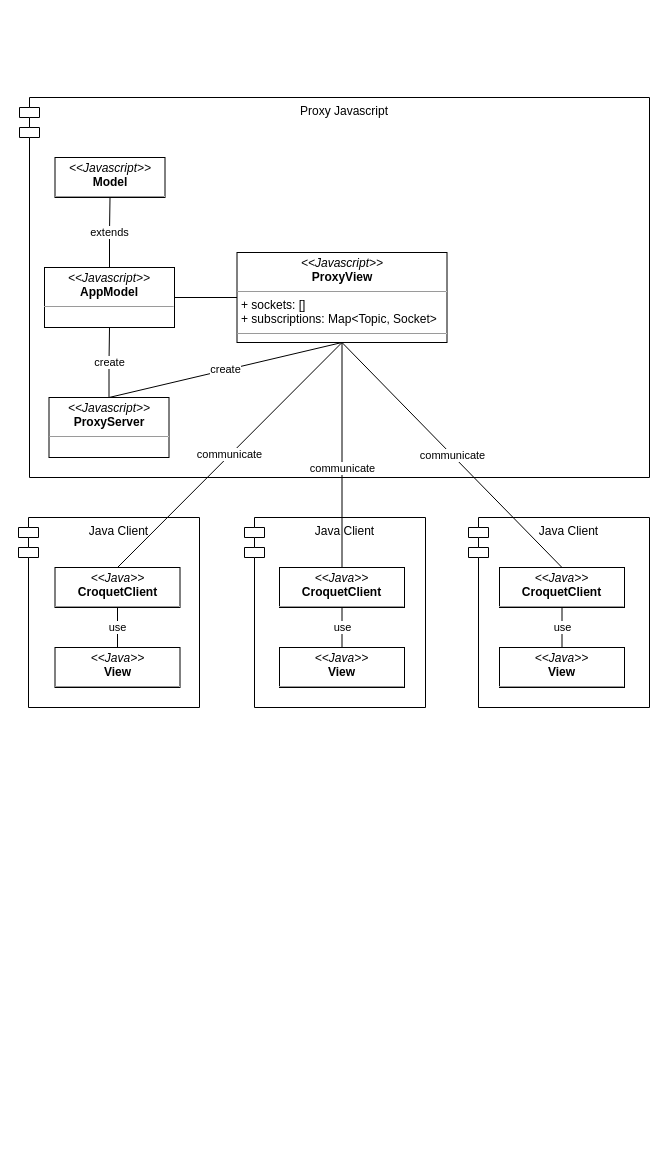
Earlier version of the draw.io diagram page "Proxy" (3 of 3) of croquet.drawio (alemazzo/croquet-adapter). Source tidied: cells renumbered, new cells numbered last; positions are measured from the earlier drawing's top-left corner, leaving out a move shared by most shapes. Both pictures are drawn from the tidied source at 100%, with x=0, y=0 at pixel (18, 97).
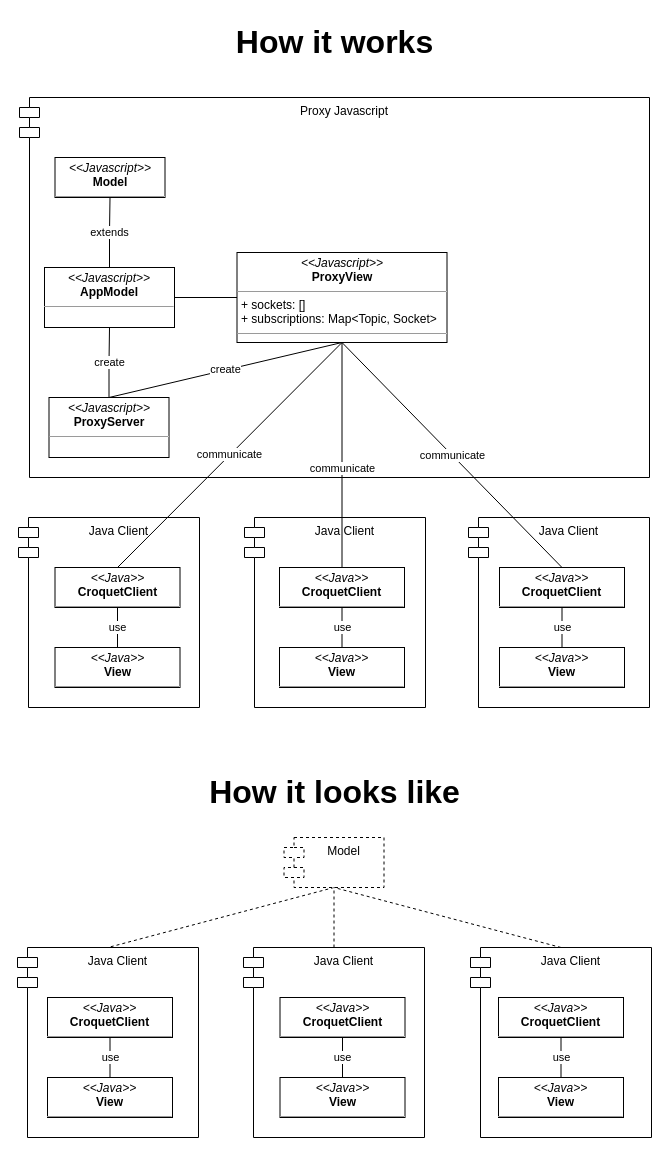
The same page after the edit.

Change to the diagram source:
```diff
@@
+    <mxCell id="27" value="Java Client" style="shape=module;align=left;spacingLeft=20;align=center;verticalAlign=top;" parent="1" vertex="1">
+      <mxGeometry x="-1" y="850" width="181" height="190" as="geometry" />
+    </mxCell>
+    <mxCell id="28" value="&lt;p style=&quot;margin:0px;margin-top:4px;text-align:center;&quot;&gt;&lt;i&gt;&amp;lt;&amp;lt;Java&amp;gt;&amp;gt;&lt;/i&gt;&lt;br&gt;&lt;b&gt;CroquetClient&lt;/b&gt;&lt;/p&gt;&lt;hr size=&quot;1&quot;&gt;&lt;p style=&quot;margin:0px;margin-left:4px;&quot;&gt;&lt;br&gt;&lt;/p&gt;&lt;hr size=&quot;1&quot;&gt;&lt;p style=&quot;margin:0px;margin-left:4px;&quot;&gt;&lt;br&gt;&lt;/p&gt;" style="verticalAlign=top;align=left;overflow=fill;fontSize=12;fontFamily=Helvetica;html=1;" parent="1" vertex="1">
+      <mxGeometry x="29" y="900" width="125" height="40" as="geometry" />
+    </mxCell>
+    <mxCell id="29" value="use" style="edgeStyle=none;rounded=0;jettySize=auto;html=1;exitX=0.5;exitY=0;exitDx=0;exitDy=0;entryX=0.5;entryY=1;entryDx=0;entryDy=0;startArrow=none;startFill=0;endArrow=none;endFill=0;startSize=15;endSize=13;" parent="1" edge="1" source="30" target="28">
+      <mxGeometry relative="1" as="geometry" />
+    </mxCell>
+    <mxCell id="30" value="&lt;p style=&quot;margin:0px;margin-top:4px;text-align:center;&quot;&gt;&lt;i&gt;&amp;lt;&amp;lt;Java&amp;gt;&amp;gt;&lt;/i&gt;&lt;br&gt;&lt;b&gt;View&lt;/b&gt;&lt;/p&gt;&lt;hr size=&quot;1&quot;&gt;&lt;p style=&quot;margin:0px;margin-left:4px;&quot;&gt;&lt;br&gt;&lt;/p&gt;&lt;hr size=&quot;1&quot;&gt;&lt;p style=&quot;margin:0px;margin-left:4px;&quot;&gt;&lt;br&gt;&lt;/p&gt;" style="verticalAlign=top;align=left;overflow=fill;fontSize=12;fontFamily=Helvetica;html=1;" parent="1" vertex="1">
+      <mxGeometry x="29" y="980" width="125" height="40" as="geometry" />
+    </mxCell>
+    <mxCell id="31" style="edgeStyle=none;rounded=0;jettySize=auto;html=1;exitX=0.5;exitY=1;exitDx=0;exitDy=0;entryX=0.5;entryY=0;entryDx=0;entryDy=0;dashed=1;startArrow=none;startFill=0;endArrow=none;endFill=0;startSize=15;endSize=13;" parent="1" edge="1" source="32" target="27">
+      <mxGeometry relative="1" as="geometry" />
+    </mxCell>
+    <mxCell id="32" value="Model" style="shape=module;align=left;spacingLeft=20;align=center;verticalAlign=top;dashed=1;" parent="1" vertex="1">
+      <mxGeometry x="265.5" y="740" width="100" height="50" as="geometry" />
+    </mxCell>
+    <mxCell id="33" style="edgeStyle=none;rounded=0;jettySize=auto;html=1;exitX=0.5;exitY=0;exitDx=0;exitDy=0;entryX=0.5;entryY=1;entryDx=0;entryDy=0;dashed=1;startArrow=none;startFill=0;endArrow=none;endFill=0;startSize=15;endSize=13;" parent="1" edge="1" source="34" target="32">
+      <mxGeometry relative="1" as="geometry" />
+    </mxCell>
+    <mxCell id="34" value="Java Client" style="shape=module;align=left;spacingLeft=20;align=center;verticalAlign=top;" parent="1" vertex="1">
+      <mxGeometry x="225" y="850" width="181" height="190" as="geometry" />
+    </mxCell>
+    <mxCell id="35" value="&lt;p style=&quot;margin:0px;margin-top:4px;text-align:center;&quot;&gt;&lt;i&gt;&amp;lt;&amp;lt;Java&amp;gt;&amp;gt;&lt;/i&gt;&lt;br&gt;&lt;b&gt;CroquetClient&lt;/b&gt;&lt;/p&gt;&lt;hr size=&quot;1&quot;&gt;&lt;p style=&quot;margin:0px;margin-left:4px;&quot;&gt;&lt;br&gt;&lt;/p&gt;&lt;hr size=&quot;1&quot;&gt;&lt;p style=&quot;margin:0px;margin-left:4px;&quot;&gt;&lt;br&gt;&lt;/p&gt;" style="verticalAlign=top;align=left;overflow=fill;fontSize=12;fontFamily=Helvetica;html=1;" parent="1" vertex="1">
+      <mxGeometry x="261.5" y="900" width="125" height="40" as="geometry" />
+    </mxCell>
+    <mxCell id="36" value="use" style="edgeStyle=none;rounded=0;jettySize=auto;html=1;exitX=0.5;exitY=0;exitDx=0;exitDy=0;entryX=0.5;entryY=1;entryDx=0;entryDy=0;startArrow=none;startFill=0;endArrow=none;endFill=0;startSize=15;endSize=13;" parent="1" edge="1" source="37" target="35">
+      <mxGeometry relative="1" as="geometry" />
+    </mxCell>
+    <mxCell id="37" value="&lt;p style=&quot;margin:0px;margin-top:4px;text-align:center;&quot;&gt;&lt;i&gt;&amp;lt;&amp;lt;Java&amp;gt;&amp;gt;&lt;/i&gt;&lt;br&gt;&lt;b&gt;View&lt;/b&gt;&lt;/p&gt;&lt;hr size=&quot;1&quot;&gt;&lt;p style=&quot;margin:0px;margin-left:4px;&quot;&gt;&lt;br&gt;&lt;/p&gt;&lt;hr size=&quot;1&quot;&gt;&lt;p style=&quot;margin:0px;margin-left:4px;&quot;&gt;&lt;br&gt;&lt;/p&gt;" style="verticalAlign=top;align=left;overflow=fill;fontSize=12;fontFamily=Helvetica;html=1;" parent="1" vertex="1">
+      <mxGeometry x="261.5" y="980" width="125" height="40" as="geometry" />
+    </mxCell>
+    <mxCell id="38" style="edgeStyle=none;rounded=0;jettySize=auto;html=1;exitX=0.5;exitY=0;exitDx=0;exitDy=0;entryX=0.5;entryY=1;entryDx=0;entryDy=0;dashed=1;startArrow=none;startFill=0;endArrow=none;endFill=0;startSize=15;endSize=13;" parent="1" edge="1" source="39" target="32">
+      <mxGeometry relative="1" as="geometry" />
+    </mxCell>
+    <mxCell id="39" value="Java Client" style="shape=module;align=left;spacingLeft=20;align=center;verticalAlign=top;" parent="1" vertex="1">
+      <mxGeometry x="452" y="850" width="181" height="190" as="geometry" />
+    </mxCell>
+    <mxCell id="40" value="&lt;p style=&quot;margin:0px;margin-top:4px;text-align:center;&quot;&gt;&lt;i&gt;&amp;lt;&amp;lt;Java&amp;gt;&amp;gt;&lt;/i&gt;&lt;br&gt;&lt;b&gt;CroquetClient&lt;/b&gt;&lt;/p&gt;&lt;hr size=&quot;1&quot;&gt;&lt;p style=&quot;margin:0px;margin-left:4px;&quot;&gt;&lt;br&gt;&lt;/p&gt;&lt;hr size=&quot;1&quot;&gt;&lt;p style=&quot;margin:0px;margin-left:4px;&quot;&gt;&lt;br&gt;&lt;/p&gt;" style="verticalAlign=top;align=left;overflow=fill;fontSize=12;fontFamily=Helvetica;html=1;" parent="1" vertex="1">
+      <mxGeometry x="480" y="900" width="125" height="40" as="geometry" />
+    </mxCell>
+    <mxCell id="41" value="use" style="edgeStyle=none;rounded=0;jettySize=auto;html=1;exitX=0.5;exitY=0;exitDx=0;exitDy=0;entryX=0.5;entryY=1;entryDx=0;entryDy=0;startArrow=none;startFill=0;endArrow=none;endFill=0;startSize=15;endSize=13;" parent="1" edge="1" source="42" target="40">
+      <mxGeometry relative="1" as="geometry" />
+    </mxCell>
+    <mxCell id="42" value="&lt;p style=&quot;margin:0px;margin-top:4px;text-align:center;&quot;&gt;&lt;i&gt;&amp;lt;&amp;lt;Java&amp;gt;&amp;gt;&lt;/i&gt;&lt;br&gt;&lt;b&gt;View&lt;/b&gt;&lt;/p&gt;&lt;hr size=&quot;1&quot;&gt;&lt;p style=&quot;margin:0px;margin-left:4px;&quot;&gt;&lt;br&gt;&lt;/p&gt;&lt;hr size=&quot;1&quot;&gt;&lt;p style=&quot;margin:0px;margin-left:4px;&quot;&gt;&lt;br&gt;&lt;/p&gt;" style="verticalAlign=top;align=left;overflow=fill;fontSize=12;fontFamily=Helvetica;html=1;" parent="1" vertex="1">
+      <mxGeometry x="480" y="980" width="125" height="40" as="geometry" />
+    </mxCell>
+    <mxCell id="43" value="How it works" style="text;html=1;align=center;verticalAlign=middle;strokeColor=none;fillColor=none;fontSize=32;fontStyle=1;" parent="1" vertex="1">
+      <mxGeometry x="206" y="-80" width="220" height="50" as="geometry" />
+    </mxCell>
+    <mxCell id="44" value="How it looks like" style="text;html=1;align=center;verticalAlign=middle;strokeColor=none;fillColor=none;fontSize=32;fontStyle=1;" parent="1" vertex="1">
+      <mxGeometry x="181" y="670" width="270" height="50" as="geometry" />
+    </mxCell>
```
